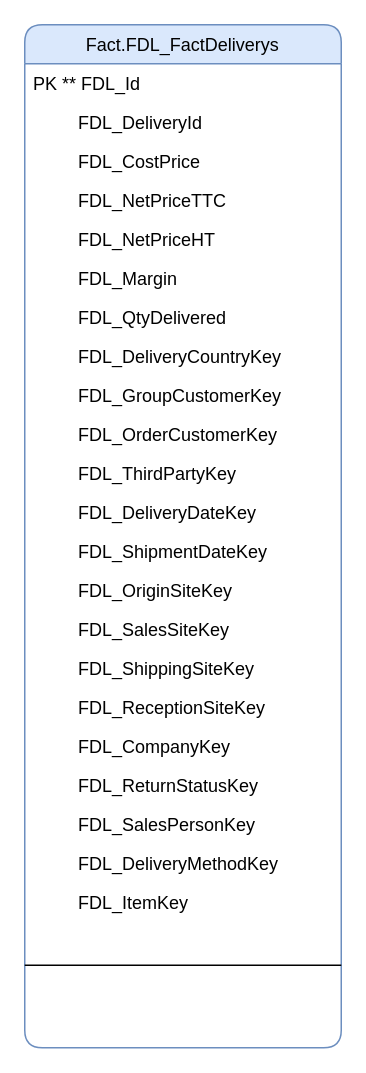
BorchaniMohamed/BI_PROJECT_PFE keeps this draw.io diagram as diagramme RETURN.drawio. Above is the earlier version. Source tidied: cells renumbered, new cells numbered last; positions are measured from the earlier drawing's top-left corner, leaving out a move shared by most shapes. Both pictures are drawn from the tidied source at 150%, with x=0, y=0 at pixel (24, 24).
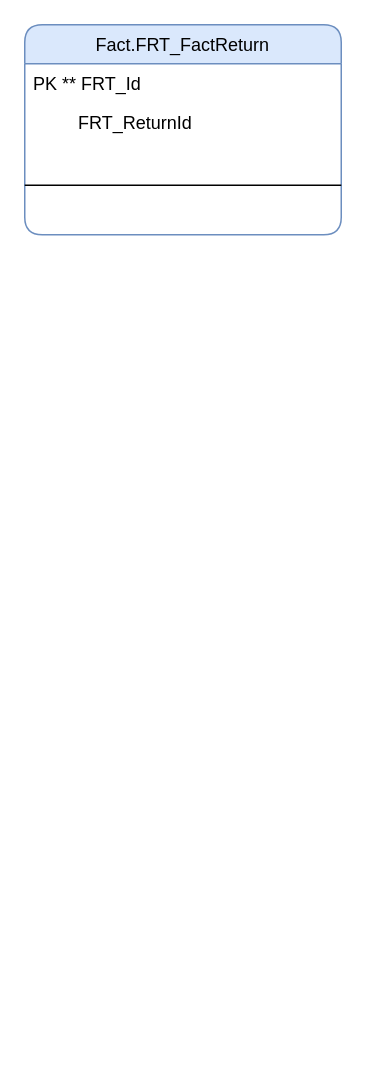
The same page after the edit.

Commit message (it also covers changes not shown here):
Mettre à jour diagramme RETURN.drawio

What changed in the source:
```diff
@@
-    <mxCell id="2" value="Fact.FDL_FactDeliverys" style="swimlane;fontStyle=0;align=center;verticalAlign=top;horizontal=1;startSize=26;rounded=1;shadow=0;strokeWidth=1;fillColor=#dae8fc;strokeColor=#6c8ebf;" parent="1" vertex="1">
-      <mxGeometry width="211" height="682" as="geometry" />
+    <mxCell id="2" value="Fact.FRT_FactReturn" style="swimlane;fontStyle=0;align=center;verticalAlign=top;horizontal=1;startSize=26;rounded=1;shadow=0;strokeWidth=1;fillColor=#dae8fc;strokeColor=#6c8ebf;" parent="1" vertex="1">
+      <mxGeometry width="211" height="140" as="geometry" />
     </mxCell>
-    <mxCell id="3" value="PK ** FDL_Id" style="text;align=left;verticalAlign=top;spacingLeft=4;spacingRight=4;overflow=hidden;" parent="2" vertex="1">
+    <mxCell id="3" value="PK ** FRT_Id" style="text;align=left;verticalAlign=top;spacingLeft=4;spacingRight=4;overflow=hidden;" parent="2" vertex="1">
       <mxGeometry y="26" width="211" height="26" as="geometry" />
     </mxCell>
-    <mxCell id="4" value="         FDL_DeliveryId" style="text;align=left;verticalAlign=top;spacingLeft=4;spacingRight=4;overflow=hidden;rounded=0;shadow=0;html=0;" parent="2" vertex="1">
+    <mxCell id="4" value="         FRT_ReturnId" style="text;align=left;verticalAlign=top;spacingLeft=4;spacingRight=4;overflow=hidden;rounded=0;shadow=0;html=0;" parent="2" vertex="1">
       <mxGeometry y="52" width="211" height="26" as="geometry" />
     </mxCell>
-    <mxCell id="5" value="         FDL_CostPrice   " style="text;align=left;verticalAlign=top;spacingLeft=4;spacingRight=4;overflow=hidden;rounded=0;shadow=0;html=0;" parent="2" vertex="1">
-      <mxGeometry y="78" width="211" height="26" as="geometry" />
-    </mxCell>
-    <mxCell id="6" value="         FDL_NetPriceTTC  " style="text;align=left;verticalAlign=top;spacingLeft=4;spacingRight=4;overflow=hidden;rounded=0;shadow=0;html=0;" parent="2" vertex="1">
-      <mxGeometry y="104" width="211" height="26" as="geometry" />
-    </mxCell>
-    <mxCell id="7" value="         FDL_NetPriceHT  " style="text;align=left;verticalAlign=top;spacingLeft=4;spacingRight=4;overflow=hidden;rounded=0;shadow=0;html=0;" parent="2" vertex="1">
-      <mxGeometry y="130" width="211" height="26" as="geometry" />
-    </mxCell>
-    <mxCell id="8" value="         FDL_Margin  " style="text;align=left;verticalAlign=top;spacingLeft=4;spacingRight=4;overflow=hidden;rounded=0;shadow=0;html=0;" parent="2" vertex="1">
-      <mxGeometry y="156" width="211" height="26" as="geometry" />
-    </mxCell>
-    <mxCell id="9" value="         FDL_QtyDelivered  " style="text;align=left;verticalAlign=top;spacingLeft=4;spacingRight=4;overflow=hidden;rounded=0;shadow=0;html=0;" parent="2" vertex="1">
-      <mxGeometry y="182" width="211" height="26" as="geometry" />
-    </mxCell>
-    <mxCell id="10" value="         FDL_DeliveryCountryKey  " style="text;align=left;verticalAlign=top;spacingLeft=4;spacingRight=4;overflow=hidden;rounded=0;shadow=0;html=0;" parent="2" vertex="1">
-      <mxGeometry y="208" width="211" height="26" as="geometry" />
-    </mxCell>
-    <mxCell id="11" value="         FDL_GroupCustomerKey  " style="text;align=left;verticalAlign=top;spacingLeft=4;spacingRight=4;overflow=hidden;rounded=0;shadow=0;html=0;" parent="2" vertex="1">
-      <mxGeometry y="234" width="211" height="26" as="geometry" />
-    </mxCell>
-    <mxCell id="12" value="         FDL_OrderCustomerKey  " style="text;align=left;verticalAlign=top;spacingLeft=4;spacingRight=4;overflow=hidden;rounded=0;shadow=0;html=0;" parent="2" vertex="1">
-      <mxGeometry y="260" width="211" height="26" as="geometry" />
-    </mxCell>
-    <mxCell id="13" value="         FDL_ThirdPartyKey  " style="text;align=left;verticalAlign=top;spacingLeft=4;spacingRight=4;overflow=hidden;rounded=0;shadow=0;html=0;" parent="2" vertex="1">
-      <mxGeometry y="286" width="211" height="26" as="geometry" />
-    </mxCell>
-    <mxCell id="14" value="         FDL_DeliveryDateKey  " style="text;align=left;verticalAlign=top;spacingLeft=4;spacingRight=4;overflow=hidden;rounded=1;shadow=0;html=0;" parent="2" vertex="1">
-      <mxGeometry y="312" width="211" height="26" as="geometry" />
-    </mxCell>
-    <mxCell id="15" value="         FDL_ShipmentDateKey  " style="text;align=left;verticalAlign=top;spacingLeft=4;spacingRight=4;overflow=hidden;rounded=1;shadow=0;html=0;" parent="2" vertex="1">
-      <mxGeometry y="338" width="211" height="26" as="geometry" />
-    </mxCell>
-    <mxCell id="16" value="         FDL_OriginSiteKey&#10;  " style="text;align=left;verticalAlign=top;spacingLeft=4;spacingRight=4;overflow=hidden;rounded=1;shadow=0;html=0;" parent="2" vertex="1">
-      <mxGeometry y="364" width="211" height="26" as="geometry" />
-    </mxCell>
-    <mxCell id="17" value="         FDL_SalesSiteKey&#10;  " style="text;align=left;verticalAlign=top;spacingLeft=4;spacingRight=4;overflow=hidden;rounded=1;shadow=0;html=0;" parent="2" vertex="1">
-      <mxGeometry y="390" width="211" height="26" as="geometry" />
-    </mxCell>
-    <mxCell id="18" value="         FDL_ShippingSiteKey&#10;  " style="text;align=left;verticalAlign=top;spacingLeft=4;spacingRight=4;overflow=hidden;rounded=1;shadow=0;html=0;" parent="2" vertex="1">
-      <mxGeometry y="416" width="211" height="26" as="geometry" />
-    </mxCell>
-    <mxCell id="19" value="         FDL_ReceptionSiteKey&#10;  " style="text;align=left;verticalAlign=top;spacingLeft=4;spacingRight=4;overflow=hidden;rounded=1;shadow=0;html=0;" parent="2" vertex="1">
-      <mxGeometry y="442" width="211" height="26" as="geometry" />
-    </mxCell>
-    <mxCell id="20" value="         FDL_CompanyKey&#10;  " style="text;align=left;verticalAlign=top;spacingLeft=4;spacingRight=4;overflow=hidden;rounded=1;shadow=0;html=0;" parent="2" vertex="1">
-      <mxGeometry y="468" width="211" height="26" as="geometry" />
-    </mxCell>
-    <mxCell id="21" value="         FDL_ReturnStatusKey&#10;  " style="text;align=left;verticalAlign=top;spacingLeft=4;spacingRight=4;overflow=hidden;rounded=1;shadow=0;html=0;" parent="2" vertex="1">
-      <mxGeometry y="494" width="211" height="26" as="geometry" />
-    </mxCell>
-    <mxCell id="22" value="         FDL_SalesPersonKey&#10;  " style="text;align=left;verticalAlign=top;spacingLeft=4;spacingRight=4;overflow=hidden;rounded=1;shadow=0;html=0;" parent="2" vertex="1">
-      <mxGeometry y="520" width="211" height="26" as="geometry" />
-    </mxCell>
-    <mxCell id="23" value="         FDL_DeliveryMethodKey&#10;  " style="text;align=left;verticalAlign=top;spacingLeft=4;spacingRight=4;overflow=hidden;rounded=1;shadow=0;html=0;" parent="2" vertex="1">
-      <mxGeometry y="546" width="211" height="26" as="geometry" />
-    </mxCell>
-    <mxCell id="24" value="         FDL_ItemKey " style="text;align=left;verticalAlign=top;spacingLeft=4;spacingRight=4;overflow=hidden;rounded=0;shadow=0;html=0;" parent="2" vertex="1">
-      <mxGeometry y="572" width="211" height="26" as="geometry" />
-    </mxCell>
     <mxCell id="25" style="line;html=1;strokeWidth=1;align=left;verticalAlign=middle;spacingTop=-1;spacingLeft=3;spacingRight=3;labelPosition=right;" parent="2" vertex="1">
-      <mxGeometry y="598" width="211" height="58" as="geometry" />
+      <mxGeometry y="78" width="211" height="58" as="geometry" />
     </mxCell>
```
